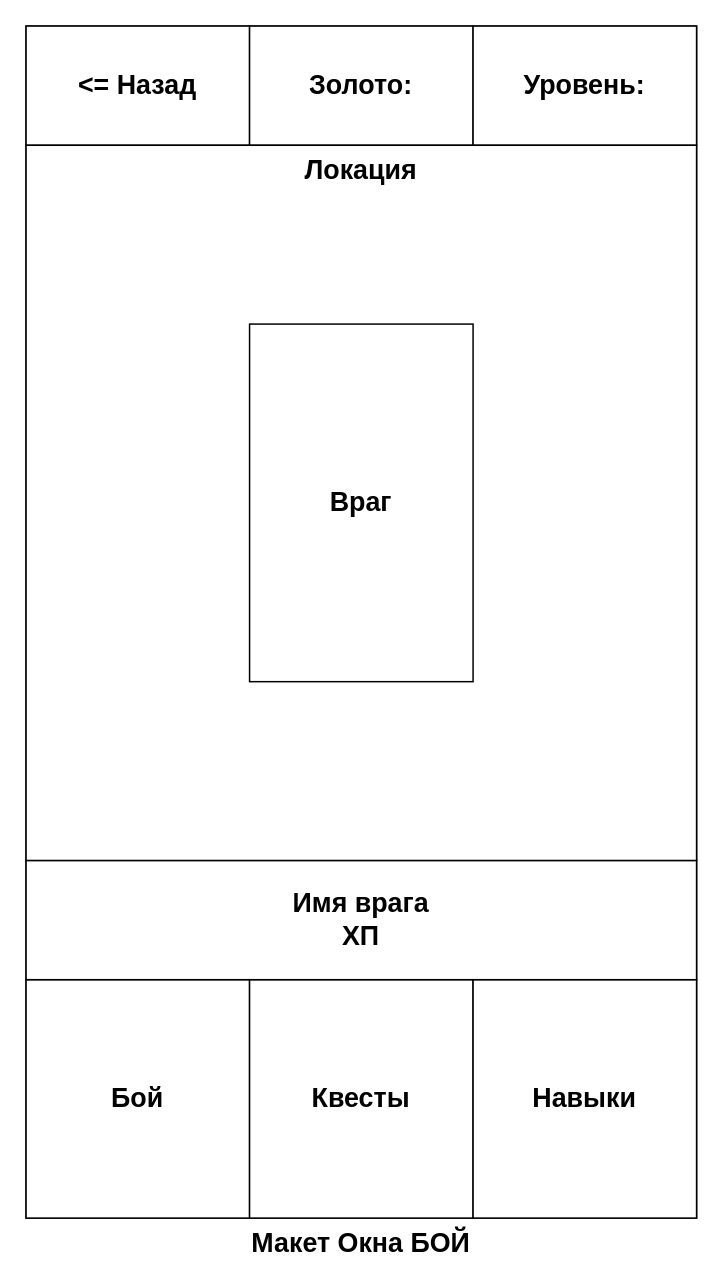
Above: page "БОЙ" (1 of 4) of docs/Макет окон FQC.drawio in Mekito4u/fantasy-quest-clicker-android (draw.io), before the change. Source tidied: cells renumbered, new cells numbered last; positions are measured from the earlier drawing's top-left corner, leaving out a move shared by most shapes. Both pictures are drawn from the tidied source at 149%, with x=0, y=0 at pixel (25, 25).
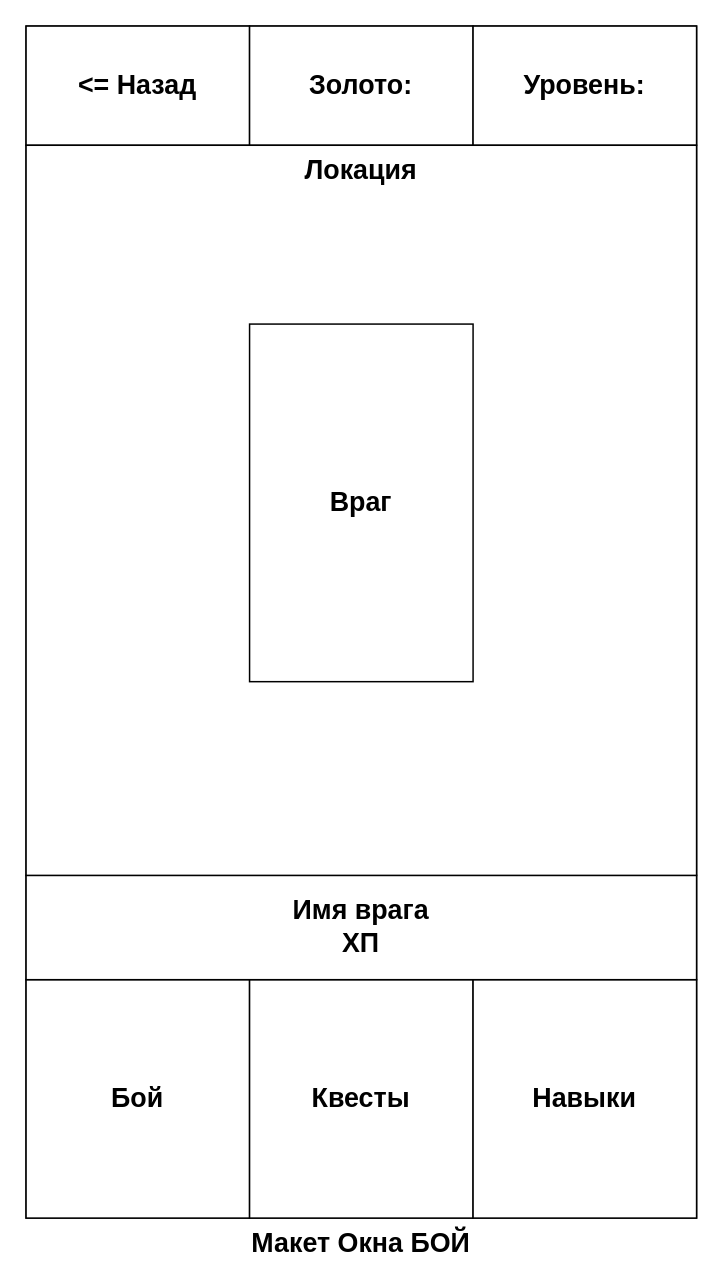
The same diagram, later.

Diff of the diagram source:
```diff
@@
 <mxGraphModel>
   <root>
     <mxCell id="0" />
     <mxCell id="1" parent="0" />
     <mxCell id="2" value="Макет Окна БОЙ" style="rounded=0;whiteSpace=wrap;html=1;labelPosition=center;verticalLabelPosition=bottom;align=center;verticalAlign=top;fontStyle=1;fontSize=18;" parent="1" vertex="1">
       <mxGeometry width="450" height="800" as="geometry" />
     </mxCell>
     <mxCell id="3" value="&amp;lt;= Назад" style="rounded=0;whiteSpace=wrap;html=1;fontStyle=1;fontSize=18;" parent="1" vertex="1">
       <mxGeometry width="150" height="80" as="geometry" />
     </mxCell>
     <mxCell id="4" value="Бой" style="rounded=0;whiteSpace=wrap;html=1;fontSize=18;fontStyle=1;" parent="1" vertex="1">
       <mxGeometry y="640" width="150" height="160" as="geometry" />
     </mxCell>
     <mxCell id="5" value="Золото:" style="rounded=0;whiteSpace=wrap;html=1;fontStyle=1;fontSize=18;" parent="1" vertex="1">
       <mxGeometry x="150" width="150" height="80" as="geometry" />
     </mxCell>
     <mxCell id="6" value="Уровень:" style="rounded=0;whiteSpace=wrap;html=1;fontStyle=1;fontSize=18;" parent="1" vertex="1">
       <mxGeometry x="300" width="150" height="80" as="geometry" />
     </mxCell>
     <mxCell id="7" value="Квесты" style="rounded=0;whiteSpace=wrap;html=1;fontSize=18;fontStyle=1;" parent="1" vertex="1">
       <mxGeometry x="150" y="640" width="150" height="160" as="geometry" />
     </mxCell>
+    <mxCell id="12" style="edgeStyle=orthogonalEdgeStyle;rounded=0;jettySize=auto;html=1;" parent="1" edge="1" source="8" target="10">
+      <mxGeometry relative="1" as="geometry" />
+    </mxCell>
+    <mxCell id="13" style="edgeStyle=orthogonalEdgeStyle;rounded=0;jettySize=auto;html=1;" parent="1" edge="1" source="8" target="10">
+      <mxGeometry relative="1" as="geometry" />
+    </mxCell>
     <mxCell id="8" value="Навыки" style="rounded=0;whiteSpace=wrap;html=1;fontSize=18;fontStyle=1;" parent="1" vertex="1">
       <mxGeometry x="300" y="640" width="150" height="160" as="geometry" />
     </mxCell>
     <mxCell id="9" value="Имя врага&lt;div&gt;ХП&lt;/div&gt;" style="rounded=0;whiteSpace=wrap;html=1;fontStyle=1;fontSize=18;" parent="1" vertex="1">
-      <mxGeometry y="560" width="450" height="80" as="geometry" />
+      <mxGeometry y="570" width="450" height="70" as="geometry" />
     </mxCell>
     <mxCell id="10" value="Локация" style="rounded=0;whiteSpace=wrap;html=1;fontStyle=1;fontSize=18;labelPosition=center;verticalLabelPosition=middle;align=center;verticalAlign=top;textShadow=0;" parent="1" vertex="1">
-      <mxGeometry y="80" width="450" height="480" as="geometry" />
+      <mxGeometry y="80" width="450" height="490" as="geometry" />
     </mxCell>
     <mxCell id="11" value="Враг" style="rounded=0;whiteSpace=wrap;html=1;fontStyle=1;fontSize=18;" parent="1" vertex="1">
       <mxGeometry x="150" y="200" width="150" height="240" as="geometry" />
     </mxCell>
   </root>
 </mxGraphModel>
```
